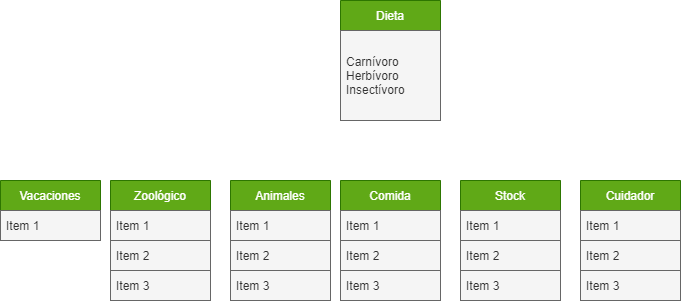
MiguelGG03/ejercicios_mediante_uml_-grupos- keeps this draw.io diagram as ejercicio5.png. Above is the earlier version. Source tidied: cells renumbered, new cells last; positions are measured from the earlier drawing's top-left corner, leaving out a move shared by most shapes.
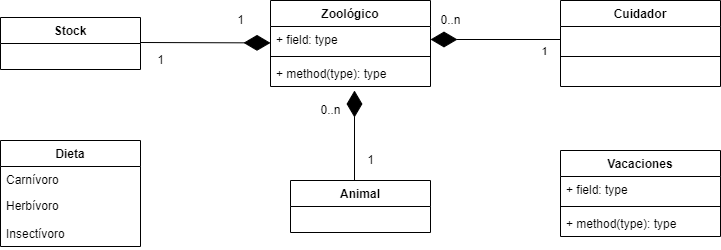
Above is the later version.

The edit, as a diff of the source:
```diff
@@ -2,77 +2,100 @@
   <root>
     <mxCell id="0" />
     <mxCell id="1" parent="0" />
+    <mxCell id="14" value="Vacaciones" style="swimlane;fontStyle=1;align=center;verticalAlign=top;horizontal=1;startSize=26;strokeColor=#000000;" parent="1" vertex="1">
+      <mxGeometry x="620" y="210" width="160" height="86" as="geometry" />
+    </mxCell>
+    <mxCell id="26" value="+ field: type" style="text;strokeColor=none;fillColor=none;align=left;verticalAlign=top;spacingLeft=4;spacingRight=4;overflow=hidden;" parent="14" vertex="1">
+      <mxGeometry y="26" width="160" height="26" as="geometry" />
+    </mxCell>
+    <mxCell id="27" style="line;strokeWidth=1;fillColor=none;align=left;verticalAlign=middle;spacingTop=-1;spacingLeft=3;spacingRight=3;labelPosition=right;" parent="14" vertex="1">
+      <mxGeometry y="52" width="160" height="8" as="geometry" />
+    </mxCell>
+    <mxCell id="28" value="+ method(type): type" style="text;strokeColor=none;fillColor=none;align=left;verticalAlign=top;spacingLeft=4;spacingRight=4;overflow=hidden;" parent="14" vertex="1">
+      <mxGeometry y="60" width="160" height="26" as="geometry" />
+    </mxCell>
+    <mxCell id="18" value="Cuidador" style="swimlane;fontStyle=1;align=center;verticalAlign=top;horizontal=1;startSize=26;strokeColor=#000000;" parent="1" vertex="1">
+      <mxGeometry x="620" y="60" width="160" height="86" as="geometry" />
+    </mxCell>
+    <mxCell id="29" value="&#10;  " style="text;strokeColor=none;fillColor=none;align=left;verticalAlign=top;spacingLeft=4;spacingRight=4;overflow=hidden;" parent="18" vertex="1">
+      <mxGeometry y="26" width="160" height="26" as="geometry" />
+    </mxCell>
+    <mxCell id="30" style="line;strokeWidth=1;fillColor=none;align=left;verticalAlign=middle;spacingTop=-1;spacingLeft=3;spacingRight=3;labelPosition=right;" parent="18" vertex="1">
+      <mxGeometry y="52" width="160" height="8" as="geometry" />
+    </mxCell>
+    <mxCell id="31" value="  " style="text;strokeColor=none;fillColor=none;align=left;verticalAlign=top;spacingLeft=4;spacingRight=4;overflow=hidden;" parent="18" vertex="1">
+      <mxGeometry y="60" width="160" height="26" as="geometry" />
+    </mxCell>
-    <mxCell id="2" value="Zoológico" style="swimlane;fontStyle=0;horizontal=1;startSize=30;fillColor=#60a917;strokeColor=#2D7600;fontColor=#ffffff;" parent="1" vertex="1">
-      <mxGeometry x="110" y="180" width="100" height="120" as="geometry" />
+    <mxCell id="2" value="Zoológico" style="swimlane;fontStyle=1;align=center;verticalAlign=top;horizontal=1;startSize=26;strokeColor=#000000;" parent="1" vertex="1">
+      <mxGeometry x="330" y="60" width="160" height="86" as="geometry" />
     </mxCell>
-    <mxCell id="3" value="Item 1" style="text;strokeColor=#666666;fillColor=#f5f5f5;align=left;verticalAlign=middle;spacingLeft=4;spacingRight=4;overflow=hidden;fontColor=#333333;" parent="2" vertex="1">
-      <mxGeometry y="30" width="100" height="30" as="geometry" />
-    </mxCell>
-    <mxCell id="4" value="Item 2" style="text;strokeColor=#666666;fillColor=#f5f5f5;align=left;verticalAlign=middle;spacingLeft=4;spacingRight=4;overflow=hidden;fontColor=#333333;" parent="2" vertex="1">
-      <mxGeometry y="60" width="100" height="30" as="geometry" />
-    </mxCell>
-    <mxCell id="5" value="Item 3" style="text;align=left;verticalAlign=middle;spacingLeft=4;spacingRight=4;overflow=hidden;fillColor=#f5f5f5;fontColor=#333333;strokeColor=#666666;" parent="2" vertex="1">
-      <mxGeometry y="90" width="100" height="30" as="geometry" />
-    </mxCell>
-    <mxCell id="6" value="Animales" style="swimlane;fontStyle=0;horizontal=1;startSize=30;fillColor=#60a917;strokeColor=#2D7600;fontColor=#ffffff;" parent="1" vertex="1">
-      <mxGeometry x="230" y="180" width="100" height="120" as="geometry" />
-    </mxCell>
-    <mxCell id="7" value="Item 1" style="text;strokeColor=#666666;fillColor=#f5f5f5;align=left;verticalAlign=middle;spacingLeft=4;spacingRight=4;overflow=hidden;fontColor=#333333;" parent="6" vertex="1">
-      <mxGeometry y="30" width="100" height="30" as="geometry" />
-    </mxCell>
-    <mxCell id="8" value="Item 2" style="text;strokeColor=#666666;fillColor=#f5f5f5;align=left;verticalAlign=middle;spacingLeft=4;spacingRight=4;overflow=hidden;fontColor=#333333;" parent="6" vertex="1">
-      <mxGeometry y="60" width="100" height="30" as="geometry" />
-    </mxCell>
-    <mxCell id="9" value="Item 3" style="text;align=left;verticalAlign=middle;spacingLeft=4;spacingRight=4;overflow=hidden;fillColor=#f5f5f5;fontColor=#333333;strokeColor=#666666;" parent="6" vertex="1">
-      <mxGeometry y="90" width="100" height="30" as="geometry" />
-    </mxCell>
-    <mxCell id="10" value="Comida" style="swimlane;fontStyle=0;horizontal=1;startSize=30;fillColor=#60a917;strokeColor=#2D7600;fontColor=#ffffff;" parent="1" vertex="1">
-      <mxGeometry x="340" y="180" width="100" height="120" as="geometry" />
-    </mxCell>
-    <mxCell id="11" value="Item 1" style="text;strokeColor=#666666;fillColor=#f5f5f5;align=left;verticalAlign=middle;spacingLeft=4;spacingRight=4;overflow=hidden;fontColor=#333333;" parent="10" vertex="1">
-      <mxGeometry y="30" width="100" height="30" as="geometry" />
-    </mxCell>
-    <mxCell id="12" value="Item 2" style="text;strokeColor=#666666;fillColor=#f5f5f5;align=left;verticalAlign=middle;spacingLeft=4;spacingRight=4;overflow=hidden;fontColor=#333333;" parent="10" vertex="1">
-      <mxGeometry y="60" width="100" height="30" as="geometry" />
-    </mxCell>
-    <mxCell id="13" value="Item 3" style="text;align=left;verticalAlign=middle;spacingLeft=4;spacingRight=4;overflow=hidden;fillColor=#f5f5f5;fontColor=#333333;strokeColor=#666666;" parent="10" vertex="1">
-      <mxGeometry y="90" width="100" height="30" as="geometry" />
-    </mxCell>
-    <mxCell id="14" value="Vacaciones" style="swimlane;fontStyle=0;horizontal=1;startSize=30;fillColor=#60a917;strokeColor=#2D7600;fontColor=#ffffff;" parent="1" vertex="1">
-      <mxGeometry y="180" width="100" height="60" as="geometry" />
-    </mxCell>
-    <mxCell id="15" value="Item 1" style="text;strokeColor=#666666;fillColor=#f5f5f5;align=left;verticalAlign=middle;spacingLeft=4;spacingRight=4;overflow=hidden;fontColor=#333333;" parent="14" vertex="1">
-      <mxGeometry y="30" width="100" height="30" as="geometry" />
-    </mxCell>
+    <mxCell id="32" value="+ field: type" style="text;strokeColor=none;fillColor=none;align=left;verticalAlign=top;spacingLeft=4;spacingRight=4;overflow=hidden;points=[[0,0.5],[1,0.5]];portConstraint=eastwest;" parent="2" vertex="1">
+      <mxGeometry y="26" width="160" height="26" as="geometry" />
+    </mxCell>
+    <mxCell id="33" style="line;strokeWidth=1;fillColor=none;align=left;verticalAlign=middle;spacingTop=-1;spacingLeft=3;spacingRight=3;labelPosition=right;" parent="2" vertex="1">
+      <mxGeometry y="52" width="160" height="8" as="geometry" />
+    </mxCell>
+    <mxCell id="34" value="+ method(type): type" style="text;strokeColor=none;fillColor=none;align=left;verticalAlign=top;spacingLeft=4;spacingRight=4;overflow=hidden;" parent="2" vertex="1">
+      <mxGeometry y="60" width="160" height="26" as="geometry" />
+    </mxCell>
+    <mxCell id="35" value="Animal" style="swimlane;fontStyle=1;horizontal=1;startSize=26;fillColor=none;strokeColor=#000000;" parent="1" vertex="1">
+      <mxGeometry x="350" y="240" width="140" height="52" as="geometry" />
+    </mxCell>
+    <mxCell id="36" value=" " style="text;strokeColor=none;fillColor=none;align=left;verticalAlign=top;spacingLeft=4;spacingRight=4;overflow=hidden;" parent="35" vertex="1">
+      <mxGeometry y="26" width="140" height="26" as="geometry" />
+    </mxCell>
-    <mxCell id="16" value="Dieta" style="swimlane;fontStyle=0;horizontal=1;startSize=30;fillColor=#60a917;strokeColor=#2D7600;fontColor=#ffffff;" parent="1" vertex="1">
-      <mxGeometry x="340" width="100" height="120" as="geometry" />
+    <mxCell id="16" value="Dieta" style="swimlane;fontStyle=1;horizontal=1;startSize=26;fillColor=none;strokeColor=#000000;" parent="1" vertex="1">
+      <mxGeometry x="60" y="200" width="140" height="106" as="geometry" />
     </mxCell>
-    <mxCell id="17" value="Carnívoro&#10;Herbívoro&#10;Insectívoro" style="text;strokeColor=#666666;fillColor=#f5f5f5;align=left;verticalAlign=middle;spacingLeft=4;spacingRight=4;overflow=hidden;fontColor=#333333;" parent="16" vertex="1">
-      <mxGeometry y="30" width="100" height="90" as="geometry" />
-    </mxCell>
-    <mxCell id="18" value="Cuidador" style="swimlane;fontStyle=0;horizontal=1;startSize=30;fillColor=#60a917;strokeColor=#2D7600;fontColor=#ffffff;" parent="1" vertex="1">
-      <mxGeometry x="580" y="180" width="100" height="120" as="geometry" />
-    </mxCell>
-    <mxCell id="19" value="Item 1" style="text;strokeColor=#666666;fillColor=#f5f5f5;align=left;verticalAlign=middle;spacingLeft=4;spacingRight=4;overflow=hidden;fontColor=#333333;" parent="18" vertex="1">
-      <mxGeometry y="30" width="100" height="30" as="geometry" />
-    </mxCell>
-    <mxCell id="20" value="Item 2" style="text;strokeColor=#666666;fillColor=#f5f5f5;align=left;verticalAlign=middle;spacingLeft=4;spacingRight=4;overflow=hidden;fontColor=#333333;" parent="18" vertex="1">
-      <mxGeometry y="60" width="100" height="30" as="geometry" />
-    </mxCell>
-    <mxCell id="21" value="Item 3" style="text;align=left;verticalAlign=middle;spacingLeft=4;spacingRight=4;overflow=hidden;fillColor=#f5f5f5;fontColor=#333333;strokeColor=#666666;" parent="18" vertex="1">
-      <mxGeometry y="90" width="100" height="30" as="geometry" />
-    </mxCell>
+    <mxCell id="37" value="Carnívoro" style="text;strokeColor=none;fillColor=none;align=left;verticalAlign=top;spacingLeft=4;spacingRight=4;overflow=hidden;" parent="16" vertex="1">
+      <mxGeometry y="26" width="140" height="26" as="geometry" />
+    </mxCell>
+    <mxCell id="38" value="Herbívoro" style="text;strokeColor=none;fillColor=none;align=left;verticalAlign=top;spacingLeft=4;spacingRight=4;overflow=hidden;" parent="16" vertex="1">
+      <mxGeometry y="52" width="140" height="28" as="geometry" />
+    </mxCell>
+    <mxCell id="39" value="Insectívoro" style="text;strokeColor=none;fillColor=none;align=left;verticalAlign=top;spacingLeft=4;spacingRight=4;overflow=hidden;" parent="16" vertex="1">
+      <mxGeometry y="80" width="140" height="26" as="geometry" />
+    </mxCell>
+    <mxCell id="40" style="endArrow=diamondThin;endFill=1;endSize=24;html=1;rounded=0;" parent="1" edge="1">
+      <mxGeometry relative="1" as="geometry">
+        <mxPoint x="200" y="102" as="sourcePoint" />
+        <mxPoint x="330" y="102.4" as="targetPoint" />
+      </mxGeometry>
+    </mxCell>
+    <mxCell id="41" style="endArrow=diamondThin;endFill=1;endSize=24;html=1;rounded=0;entryX=1;entryY=0.5;entryDx=0;entryDy=0;" parent="1" edge="1" target="32">
+      <mxGeometry relative="1" as="geometry">
+        <mxPoint x="620" y="99" as="sourcePoint" />
+      </mxGeometry>
+    </mxCell>
+    <mxCell id="42" value="1" style="edgeLabel;html=1;align=center;verticalAlign=middle;" parent="41" vertex="1">
+      <mxGeometry x="-0.75" y="11" relative="1" as="geometry" />
+    </mxCell>
-    <mxCell id="22" value="Stock" style="swimlane;fontStyle=0;horizontal=1;startSize=30;fillColor=#60a917;strokeColor=#2D7600;fontColor=#ffffff;" parent="1" vertex="1">
-      <mxGeometry x="460" y="180" width="100" height="120" as="geometry" />
+    <mxCell id="22" value="Stock" style="swimlane;fontStyle=1;horizontal=1;startSize=26;fillColor=none;strokeColor=#000000;" parent="1" vertex="1">
+      <mxGeometry x="60" y="77" width="140" height="52" as="geometry" />
     </mxCell>
-    <mxCell id="23" value="Item 1" style="text;strokeColor=#666666;fillColor=#f5f5f5;align=left;verticalAlign=middle;spacingLeft=4;spacingRight=4;overflow=hidden;fontColor=#333333;" parent="22" vertex="1">
-      <mxGeometry y="30" width="100" height="30" as="geometry" />
-    </mxCell>
-    <mxCell id="24" value="Item 2" style="text;strokeColor=#666666;fillColor=#f5f5f5;align=left;verticalAlign=middle;spacingLeft=4;spacingRight=4;overflow=hidden;fontColor=#333333;" parent="22" vertex="1">
-      <mxGeometry y="60" width="100" height="30" as="geometry" />
-    </mxCell>
-    <mxCell id="25" value="Item 3" style="text;align=left;verticalAlign=middle;spacingLeft=4;spacingRight=4;overflow=hidden;fillColor=#f5f5f5;fontColor=#333333;strokeColor=#666666;" parent="22" vertex="1">
-      <mxGeometry y="90" width="100" height="30" as="geometry" />
-    </mxCell>
+    <mxCell id="43" value=" " style="text;strokeColor=none;fillColor=none;align=left;verticalAlign=top;spacingLeft=4;spacingRight=4;overflow=hidden;" parent="22" vertex="1">
+      <mxGeometry y="26" width="140" height="26" as="geometry" />
+    </mxCell>
+    <mxCell id="44" style="endArrow=diamondThin;endFill=1;endSize=24;html=1;rounded=0;" parent="1" edge="1">
+      <mxGeometry relative="1" as="geometry">
+        <mxPoint x="414" y="240" as="sourcePoint" />
+        <mxPoint x="414" y="150" as="targetPoint" />
+      </mxGeometry>
+    </mxCell>
+    <mxCell id="45" value="0..n" style="text;html=1;align=center;verticalAlign=middle;strokeColor=none;fillColor=none;" parent="1" vertex="1">
+      <mxGeometry x="370" y="160" width="40" height="20" as="geometry" />
+    </mxCell>
+    <mxCell id="46" value="0..n" style="text;html=1;align=center;verticalAlign=middle;strokeColor=none;fillColor=none;" parent="1" vertex="1">
+      <mxGeometry x="490" y="70" width="40" height="20" as="geometry" />
+    </mxCell>
+    <mxCell id="47" value="1" style="text;html=1;align=center;verticalAlign=middle;strokeColor=none;fillColor=none;" parent="1" vertex="1">
+      <mxGeometry x="420" y="210" width="20" height="20" as="geometry" />
+    </mxCell>
+    <mxCell id="48" value="1" style="text;html=1;align=center;verticalAlign=middle;strokeColor=none;fillColor=none;" parent="1" vertex="1">
+      <mxGeometry x="290" y="70" width="20" height="20" as="geometry" />
+    </mxCell>
+    <mxCell id="49" value="1" style="text;html=1;align=center;verticalAlign=middle;strokeColor=none;fillColor=none;" parent="1" vertex="1">
+      <mxGeometry x="210" y="110" width="20" height="20" as="geometry" />
+    </mxCell>
   </root>
 </mxGraphModel>
```
